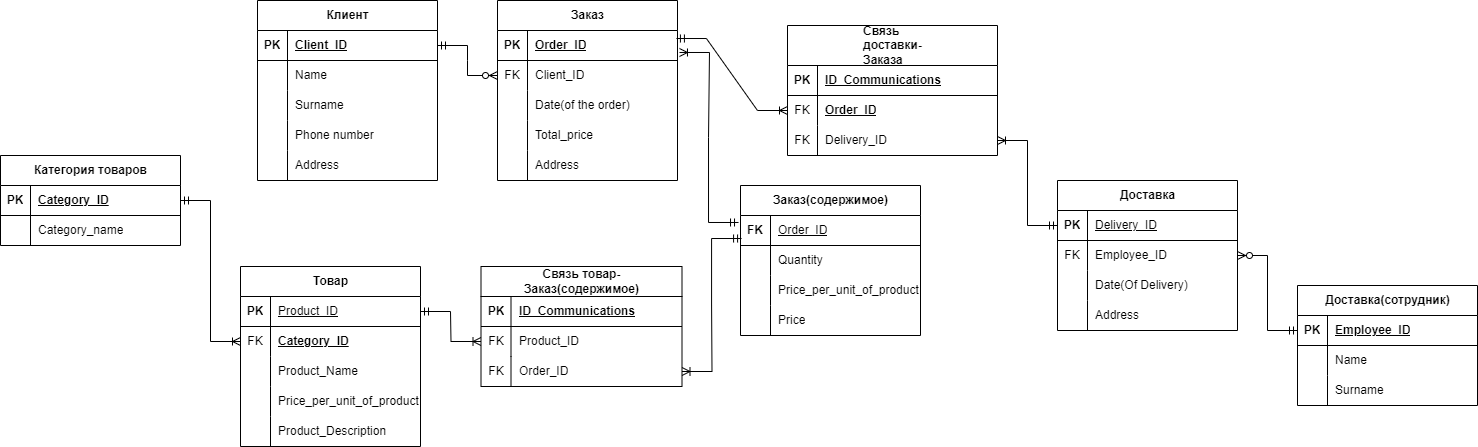
SurkovAleksei/BD_project keeps this draw.io diagram as ЛогическаяМодель.drawio.png. Above is the earlier version. Source tidied: cells renumbered, new cells last; positions are measured from the earlier drawing's top-left corner, leaving out a move shared by most shapes.
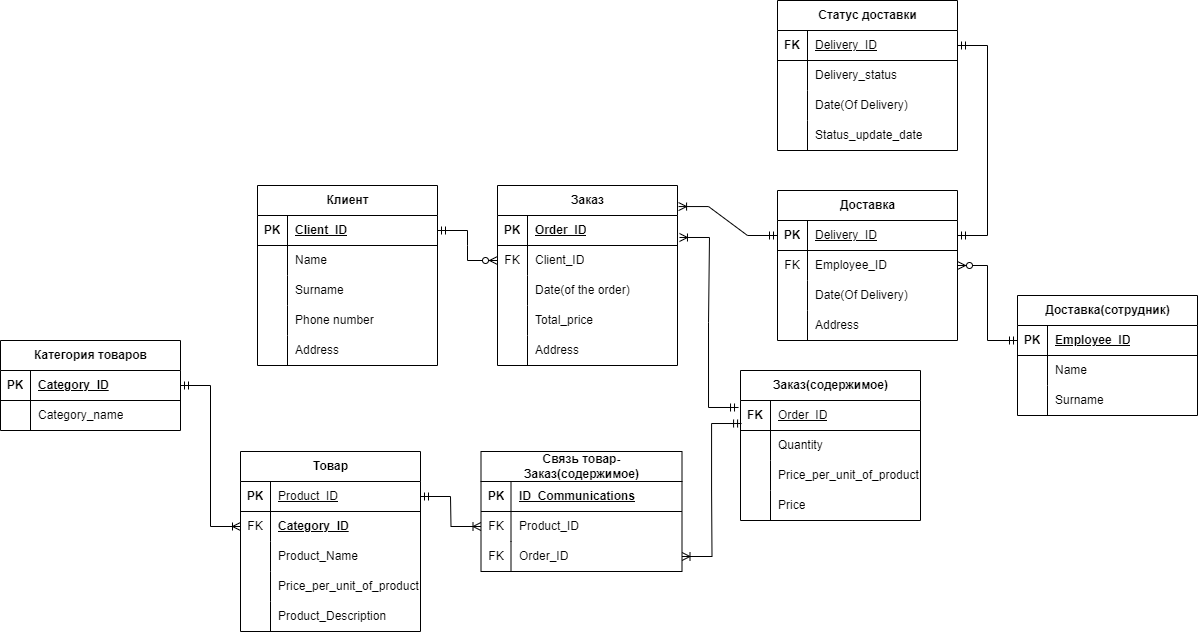
After the change.

Diff of the diagram source:
```diff
@@ -2,6 +2,45 @@
   <root>
     <mxCell id="0" />
     <mxCell id="1" parent="0" />
+    <mxCell id="121" value="Статус доставки" style="shape=table;startSize=30;rowLines=0;fontStyle=1;align=center;html=1;" parent="1" vertex="1">
+      <mxGeometry x="777" y="-185" width="180" height="150" as="geometry" />
+    </mxCell>
+    <mxCell id="122" style="shape=tableRow;horizontal=0;startSize=0;swimlaneHead=0;swimlaneBody=0;fillColor=none;points=[[0,0.5],[1,0.5]];portConstraint=eastwest;top=0;left=0;right=0;bottom=1;" parent="121" vertex="1">
+      <mxGeometry y="30" width="180" height="30" as="geometry" />
+    </mxCell>
+    <mxCell id="123" value="FK" style="shape=partialRectangle;fillColor=none;top=0;left=0;bottom=0;right=0;fontStyle=1;overflow=hidden;whiteSpace=wrap;html=1;" parent="122" vertex="1">
+      <mxGeometry width="30" height="30" as="geometry" />
+    </mxCell>
+    <mxCell id="43" value="&lt;span style=&quot;font-weight: 400;&quot;&gt;Delivery_ID&lt;/span&gt;" style="shape=partialRectangle;fillColor=none;top=0;left=0;bottom=0;right=0;align=left;spacingLeft=6;fontStyle=5;overflow=hidden;whiteSpace=wrap;html=1;" parent="122" vertex="1">
+      <mxGeometry x="30" width="150" height="30" as="geometry" />
+    </mxCell>
+    <mxCell id="124" style="shape=tableRow;horizontal=0;startSize=0;swimlaneHead=0;swimlaneBody=0;fillColor=none;top=0;left=0;right=0;bottom=0;" parent="121" vertex="1">
+      <mxGeometry y="60" width="180" height="30" as="geometry" />
+    </mxCell>
+    <mxCell id="125" style="shape=partialRectangle;fillColor=none;top=0;left=0;bottom=0;right=0;overflow=hidden;whiteSpace=wrap;html=1;" parent="124" vertex="1">
+      <mxGeometry width="30" height="30" as="geometry" />
+    </mxCell>
+    <mxCell id="126" value="Delivery_status" style="shape=partialRectangle;fillColor=none;top=0;left=0;bottom=0;right=0;align=left;spacingLeft=6;overflow=hidden;whiteSpace=wrap;html=1;" parent="124" vertex="1">
+      <mxGeometry x="30" width="150" height="30" as="geometry" />
+    </mxCell>
+    <mxCell id="127" style="shape=tableRow;horizontal=0;startSize=0;swimlaneHead=0;swimlaneBody=0;fillColor=none;top=0;left=0;right=0;bottom=0;" parent="121" vertex="1">
+      <mxGeometry y="90" width="180" height="30" as="geometry" />
+    </mxCell>
+    <mxCell id="128" style="shape=partialRectangle;fillColor=none;top=0;left=0;bottom=0;right=0;overflow=hidden;whiteSpace=wrap;html=1;" parent="127" vertex="1">
+      <mxGeometry width="30" height="30" as="geometry" />
+    </mxCell>
+    <mxCell id="129" value="Date(Of Delivery)" style="shape=partialRectangle;fillColor=none;top=0;left=0;bottom=0;right=0;align=left;spacingLeft=6;overflow=hidden;whiteSpace=wrap;html=1;" parent="127" vertex="1">
+      <mxGeometry x="30" width="150" height="30" as="geometry" />
+    </mxCell>
+    <mxCell id="130" style="shape=tableRow;horizontal=0;startSize=0;swimlaneHead=0;swimlaneBody=0;fillColor=none;top=0;left=0;right=0;bottom=0;" parent="121" vertex="1">
+      <mxGeometry y="120" width="180" height="30" as="geometry" />
+    </mxCell>
+    <mxCell id="131" style="shape=partialRectangle;fillColor=none;top=0;left=0;bottom=0;right=0;overflow=hidden;whiteSpace=wrap;html=1;" parent="130" vertex="1">
+      <mxGeometry width="30" height="30" as="geometry" />
+    </mxCell>
+    <mxCell id="132" value="Status_update_date" style="shape=partialRectangle;fillColor=none;top=0;left=0;bottom=0;right=0;align=left;spacingLeft=6;overflow=hidden;whiteSpace=wrap;html=1;" parent="130" vertex="1">
+      <mxGeometry x="30" width="150" height="30" as="geometry" />
+    </mxCell>
     <mxCell id="2" value="Клиент" style="shape=table;startSize=30;rowLines=0;fontStyle=1;align=center;html=1;" parent="1" vertex="1">
       <mxGeometry x="257" width="180" height="180" as="geometry" />
     </mxCell>
@@ -98,38 +137,8 @@
     <mxCell id="33" value="Address" style="shape=partialRectangle;fillColor=none;top=0;left=0;bottom=0;right=0;align=left;spacingLeft=6;overflow=hidden;whiteSpace=wrap;html=1;" parent="31" vertex="1">
       <mxGeometry x="30" width="150" height="30" as="geometry" />
     </mxCell>
-    <mxCell id="34" value="&lt;div style=&quot;text-align: justify;&quot;&gt;&lt;span style=&quot;text-wrap: wrap; background-color: initial;&quot;&gt;Связь доставки-Заказа&lt;/span&gt;&lt;/div&gt;" style="shape=table;startSize=40;rowLines=0;fontStyle=1;align=center;html=1;" parent="1" vertex="1">
-      <mxGeometry x="787" y="25" width="210" height="130" as="geometry" />
-    </mxCell>
-    <mxCell id="35" style="shape=tableRow;horizontal=0;startSize=0;swimlaneHead=0;swimlaneBody=0;fillColor=none;top=0;left=0;right=0;bottom=1;" parent="34" vertex="1">
-      <mxGeometry y="40" width="210" height="30" as="geometry" />
-    </mxCell>
-    <mxCell id="36" value="PK" style="shape=partialRectangle;fillColor=none;top=0;left=0;bottom=0;right=0;fontStyle=1;overflow=hidden;whiteSpace=wrap;html=1;" parent="35" vertex="1">
-      <mxGeometry width="30" height="30" as="geometry" />
-    </mxCell>
-    <mxCell id="37" value="ID_Communications" style="shape=partialRectangle;fillColor=none;top=0;left=0;bottom=0;right=0;align=left;spacingLeft=6;fontStyle=5;overflow=hidden;whiteSpace=wrap;html=1;" parent="35" vertex="1">
-      <mxGeometry x="30" width="180" height="30" as="geometry" />
-    </mxCell>
-    <mxCell id="38" style="shape=tableRow;horizontal=0;startSize=0;swimlaneHead=0;swimlaneBody=0;fillColor=none;points=[[0,0.5],[1,0.5]];portConstraint=eastwest;top=0;left=0;right=0;bottom=0;" parent="34" vertex="1">
-      <mxGeometry y="70" width="210" height="30" as="geometry" />
-    </mxCell>
-    <mxCell id="39" value="FK" style="shape=partialRectangle;fillColor=none;top=0;left=0;bottom=0;right=0;overflow=hidden;whiteSpace=wrap;html=1;" parent="38" vertex="1">
-      <mxGeometry width="30" height="30" as="geometry" />
-    </mxCell>
-    <mxCell id="40" value="&lt;span style=&quot;font-weight: 700; text-decoration-line: underline;&quot;&gt;Order_ID&lt;/span&gt;" style="shape=partialRectangle;fillColor=none;top=0;left=0;bottom=0;right=0;align=left;spacingLeft=6;overflow=hidden;whiteSpace=wrap;html=1;" parent="38" vertex="1">
-      <mxGeometry x="30" width="180" height="30" as="geometry" />
-    </mxCell>
-    <mxCell id="41" style="shape=tableRow;horizontal=0;startSize=0;swimlaneHead=0;swimlaneBody=0;fillColor=none;points=[[0,0.5],[1,0.5]];portConstraint=eastwest;top=0;left=0;right=0;bottom=0;" parent="34" vertex="1">
-      <mxGeometry y="100" width="210" height="30" as="geometry" />
-    </mxCell>
-    <mxCell id="42" value="FK" style="shape=partialRectangle;fillColor=none;top=0;left=0;bottom=0;right=0;overflow=hidden;whiteSpace=wrap;html=1;" parent="41" vertex="1">
-      <mxGeometry width="30" height="30" as="geometry" />
-    </mxCell>
-    <mxCell id="43" value="Delivery_ID" style="shape=partialRectangle;fillColor=none;top=0;left=0;bottom=0;right=0;align=left;spacingLeft=6;overflow=hidden;whiteSpace=wrap;html=1;" parent="41" vertex="1">
-      <mxGeometry x="30" width="180" height="30" as="geometry" />
-    </mxCell>
     <mxCell id="44" value="Доставка" style="shape=table;startSize=30;rowLines=0;fontStyle=1;align=center;html=1;" parent="1" vertex="1">
-      <mxGeometry x="1057" y="180" width="180" height="150" as="geometry" />
+      <mxGeometry x="777" y="5" width="180" height="150" as="geometry" />
     </mxCell>
     <mxCell id="45" style="shape=tableRow;horizontal=0;startSize=0;swimlaneHead=0;swimlaneBody=0;fillColor=none;points=[[0,0.5],[1,0.5]];portConstraint=eastwest;top=0;left=0;right=0;bottom=1;" parent="44" vertex="1">
       <mxGeometry y="30" width="180" height="30" as="geometry" />
@@ -168,7 +177,7 @@
       <mxGeometry x="30" width="150" height="30" as="geometry" />
     </mxCell>
     <mxCell id="57" value="Доставка(сотрудник)" style="shape=table;startSize=30;rowLines=0;fontStyle=1;align=center;html=1;" parent="1" vertex="1">
-      <mxGeometry x="1297" y="285" width="180" height="120" as="geometry" />
+      <mxGeometry x="1017" y="110" width="180" height="120" as="geometry" />
     </mxCell>
     <mxCell id="58" style="shape=tableRow;horizontal=0;startSize=0;swimlaneHead=0;swimlaneBody=0;fillColor=none;points=[[0,0.5],[1,0.5]];portConstraint=eastwest;top=0;left=0;right=0;bottom=1;" parent="57" vertex="1">
       <mxGeometry y="30" width="180" height="30" as="geometry" />
@@ -338,10 +347,7 @@
     <mxCell id="113" style="edgeStyle=entityRelationEdgeStyle;fontSize=12;html=1;endArrow=ERzeroToMany;startArrow=ERmandOne;rounded=0;exitX=1;exitY=0.5;exitDx=0;exitDy=0;entryX=0;entryY=0.5;entryDx=0;entryDy=0;" parent="1" edge="1" source="3" target="22">
       <mxGeometry relative="1" as="geometry" />
     </mxCell>
-    <mxCell id="114" style="edgeStyle=entityRelationEdgeStyle;fontSize=12;html=1;endArrow=ERoneToMany;startArrow=ERmandOne;rounded=0;exitX=0.994;exitY=0.267;exitDx=0;exitDy=0;exitPerimeter=0;entryX=0;entryY=0.5;entryDx=0;entryDy=0;" parent="1" edge="1" source="19" target="38">
-      <mxGeometry relative="1" as="geometry" />
-    </mxCell>
-    <mxCell id="115" style="edgeStyle=entityRelationEdgeStyle;fontSize=12;html=1;endArrow=ERoneToMany;startArrow=ERmandOne;rounded=0;entryX=1;entryY=0.5;entryDx=0;entryDy=0;exitX=0;exitY=0.5;exitDx=0;exitDy=0;" parent="1" edge="1" source="45" target="41">
+    <mxCell id="115" style="edgeStyle=entityRelationEdgeStyle;fontSize=12;html=1;endArrow=ERoneToMany;startArrow=ERmandOne;rounded=0;entryX=1.006;entryY=0.117;entryDx=0;entryDy=0;exitX=0;exitY=0.5;exitDx=0;exitDy=0;entryPerimeter=0;" parent="1" edge="1" source="45" target="18">
       <mxGeometry relative="1" as="geometry" />
     </mxCell>
     <mxCell id="116" style="edgeStyle=entityRelationEdgeStyle;fontSize=12;html=1;endArrow=ERzeroToMany;startArrow=ERmandOne;rounded=0;exitX=0;exitY=0.5;exitDx=0;exitDy=0;entryX=1;entryY=0.5;entryDx=0;entryDy=0;" parent="1" edge="1" source="58" target="48">
@@ -365,5 +371,8 @@
         </Array>
       </mxGeometry>
     </mxCell>
+    <mxCell id="133" style="edgeStyle=entityRelationEdgeStyle;fontSize=12;html=1;endArrow=ERmandOne;startArrow=ERmandOne;rounded=0;entryX=1;entryY=0.5;entryDx=0;entryDy=0;exitX=1;exitY=0.5;exitDx=0;exitDy=0;" parent="1" edge="1" source="45" target="122">
+      <mxGeometry relative="1" as="geometry" />
+    </mxCell>
   </root>
 </mxGraphModel>
```
